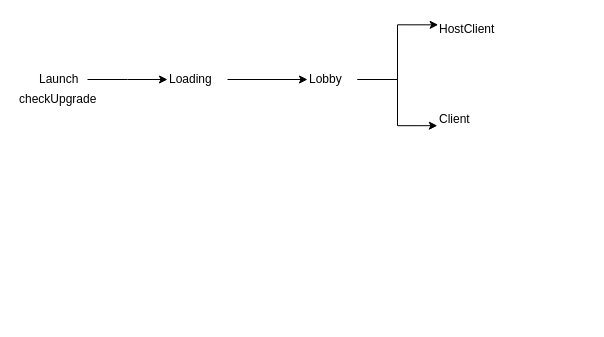
The draw.io diagram Unity/Doc/AssetBundle.drawio in BUGyyc/LSGameCore, before the edit. Source tidied: cells renumbered, new cells numbered last; positions are measured from the earlier drawing's top-left corner, leaving out a move shared by most shapes. Both pictures are drawn from the tidied source at 100%, with x=0, y=0 at pixel (17, 19).
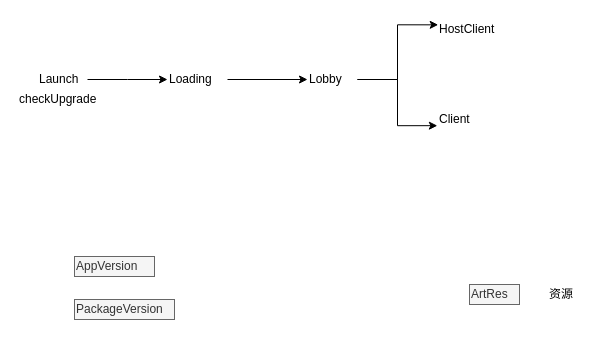
The same diagram, later.

Change to the diagram source:
```diff
@@
 <mxGraphModel background="#FFFFFF">
   <root>
     <mxCell id="0" />
     <mxCell id="1" parent="0" />
     <mxCell id="2" style="edgeStyle=orthogonalEdgeStyle;rounded=0;jettySize=auto;html=1;" parent="1" edge="1" source="3">
       <mxGeometry relative="1" as="geometry">
         <mxPoint x="150" y="60" as="targetPoint" />
       </mxGeometry>
     </mxCell>
     <mxCell id="3" value="Launch" style="text;html=1;points=[];align=left;verticalAlign=top;spacingTop=-4;" parent="1" vertex="1">
       <mxGeometry x="20" y="50" width="50" height="20" as="geometry" />
     </mxCell>
     <mxCell id="4" value="HostClient" style="text;html=1;points=[];align=left;verticalAlign=top;spacingTop=-4;" parent="1" vertex="1">
       <mxGeometry x="420" width="70" height="20" as="geometry" />
     </mxCell>
     <mxCell id="5" value="Client" style="text;html=1;points=[];align=left;verticalAlign=top;spacingTop=-4;" parent="1" vertex="1">
       <mxGeometry x="420" y="90" width="50" height="20" as="geometry" />
     </mxCell>
     <mxCell id="6" style="edgeStyle=orthogonalEdgeStyle;rounded=0;jettySize=auto;html=1;" parent="1" edge="1" source="7" target="10">
       <mxGeometry relative="1" as="geometry" />
     </mxCell>
     <mxCell id="7" value="Loading" style="text;html=1;points=[];align=left;verticalAlign=top;spacingTop=-4;" parent="1" vertex="1">
       <mxGeometry x="150" y="50" width="60" height="20" as="geometry" />
     </mxCell>
     <mxCell id="8" style="edgeStyle=orthogonalEdgeStyle;rounded=0;jettySize=auto;html=1;entryX=0.01;entryY=0.267;entryDx=0;entryDy=0;entryPerimeter=0;" parent="1" edge="1" source="10" target="4">
       <mxGeometry relative="1" as="geometry" />
     </mxCell>
     <mxCell id="9" style="edgeStyle=orthogonalEdgeStyle;rounded=0;jettySize=auto;html=1;entryX=-0.003;entryY=0.809;entryDx=0;entryDy=0;entryPerimeter=0;comic=0;" parent="1" edge="1" source="10" target="5">
       <mxGeometry relative="1" as="geometry" />
     </mxCell>
     <mxCell id="10" value="Lobby" style="text;html=1;points=[];align=left;verticalAlign=top;spacingTop=-4;" parent="1" vertex="1">
       <mxGeometry x="290" y="50" width="50" height="20" as="geometry" />
     </mxCell>
     <mxCell id="11" value="checkUpgrade" style="text;html=1;align=left;verticalAlign=top;spacingTop=-4;" parent="1" vertex="1">
       <mxGeometry y="70" width="90" height="20" as="geometry" />
     </mxCell>
+    <mxCell id="12" value="AppVersion" style="text;html=1;align=left;verticalAlign=top;spacingTop=-4;fillColor=#f5f5f5;strokeColor=#666666;fontColor=#333333;" parent="1" vertex="1">
+      <mxGeometry x="57" y="237" width="80" height="20" as="geometry" />
+    </mxCell>
+    <mxCell id="13" value="PackageVersion" style="text;html=1;align=left;verticalAlign=top;spacingTop=-4;fillColor=#f5f5f5;strokeColor=#666666;fontColor=#333333;" parent="1" vertex="1">
+      <mxGeometry x="57" y="280" width="100" height="20" as="geometry" />
+    </mxCell>
+    <mxCell id="14" value="ArtRes&lt;br&gt;" style="text;html=1;align=left;verticalAlign=top;spacingTop=-4;fillColor=#f5f5f5;strokeColor=#666666;fontColor=#333333;" parent="1" vertex="1">
+      <mxGeometry x="452" y="265" width="50" height="20" as="geometry" />
+    </mxCell>
+    <mxCell id="15" value="资源" style="text;html=1;align=left;verticalAlign=top;spacingTop=-4;" parent="1" vertex="1">
+      <mxGeometry x="530" y="265" width="40" height="20" as="geometry" />
+    </mxCell>
   </root>
 </mxGraphModel>
```
